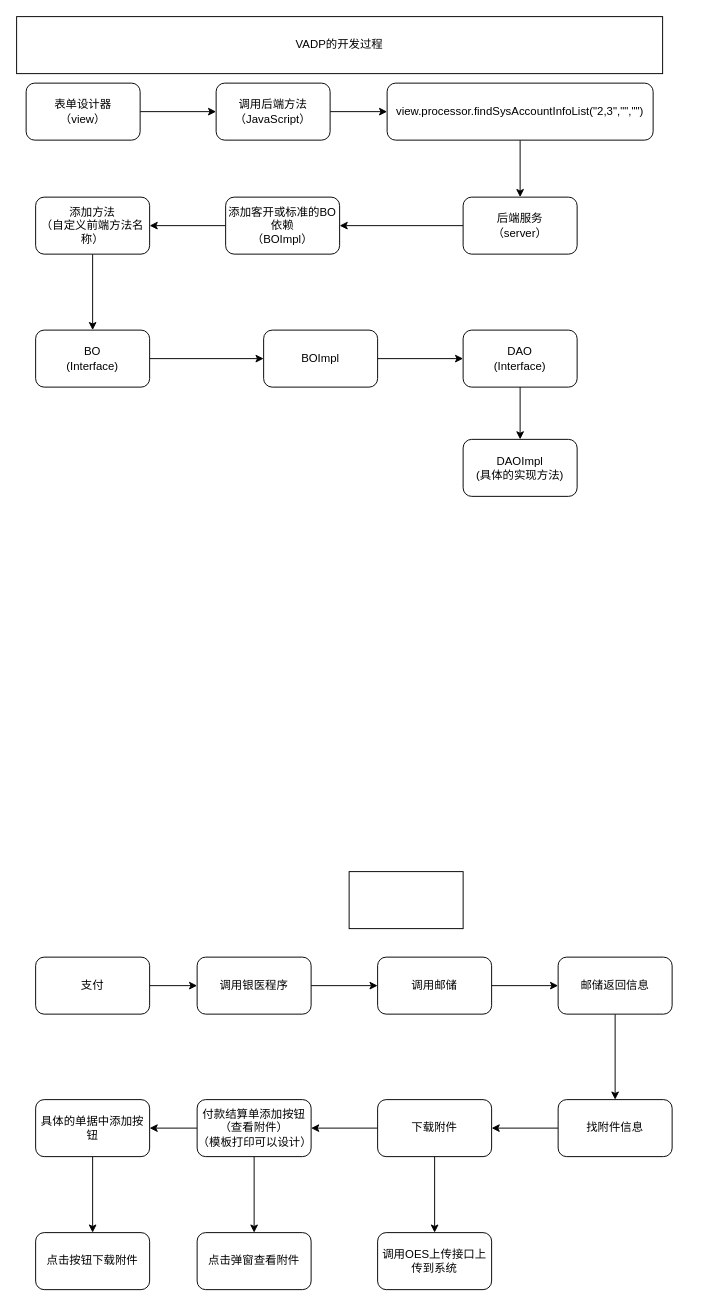
This is viewHigh.drawio from linrushao/drawing, a draw.io file, before an edit. Source tidied: cells renumbered, new cells numbered last; positions are measured from the earlier drawing's top-left corner, leaving out a move shared by most shapes. Both pictures are drawn from the tidied source at 95%, with x=0, y=0 at pixel (16, 16).
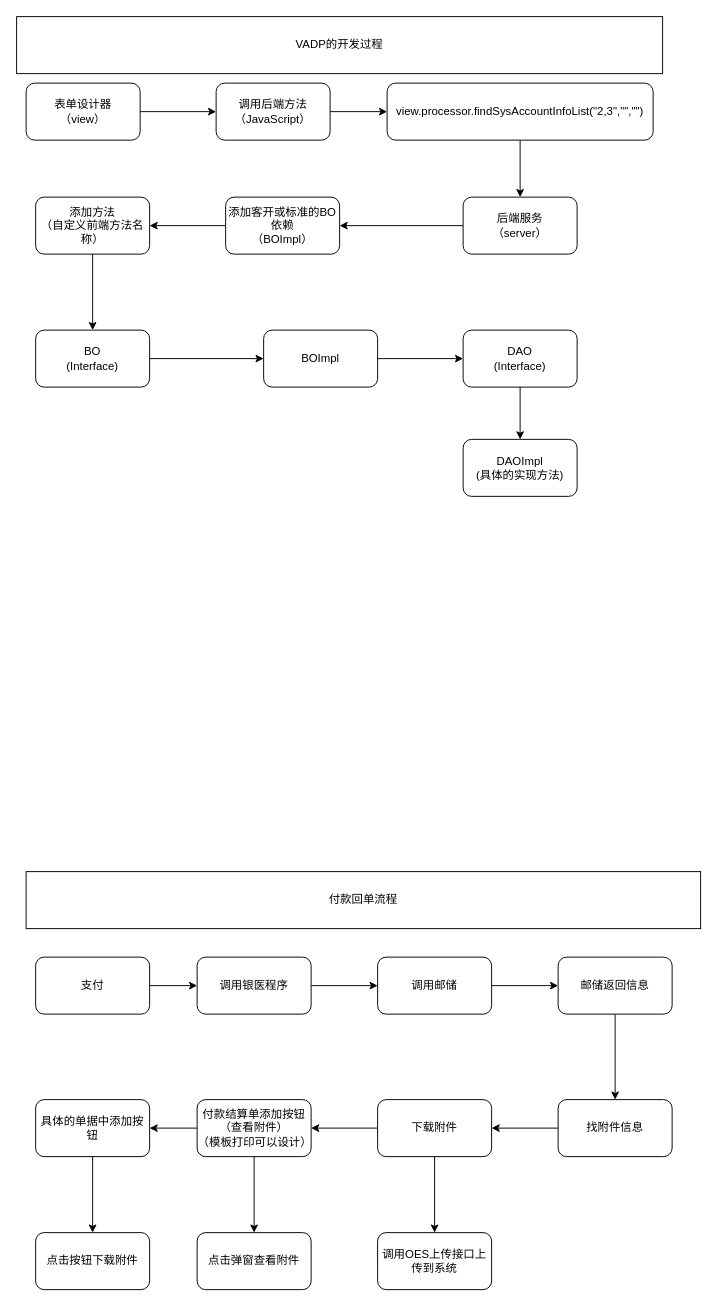
The same page after the edit.

Change to the diagram source:
```diff
@@
-    <mxCell id="22" style="rounded=0;whiteSpace=wrap;html=1;" parent="1" vertex="1">
-      <mxGeometry x="350" y="900" width="120" height="60" as="geometry" />
+    <mxCell id="22" value="付款回单流程" style="rounded=0;whiteSpace=wrap;html=1;" parent="1" vertex="1">
+      <mxGeometry x="10" y="900" width="710" height="60" as="geometry" />
     </mxCell>
```
